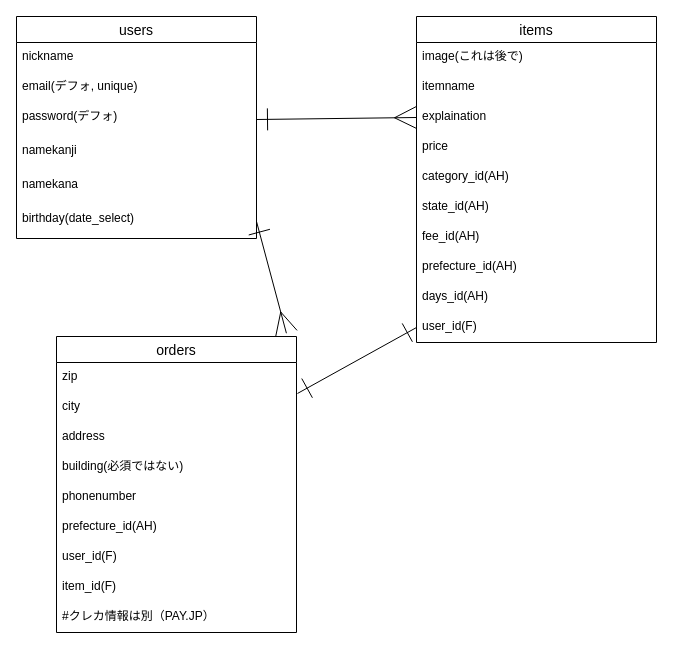
This is er.dio from iamryuto/furima-38522, a draw.io file, before an edit. Source tidied: cells renumbered, new cells numbered last; positions are measured from the earlier drawing's top-left corner, leaving out a move shared by most shapes. Both pictures are drawn from the tidied source at 100%, with x=0, y=0 at pixel (16, 16).
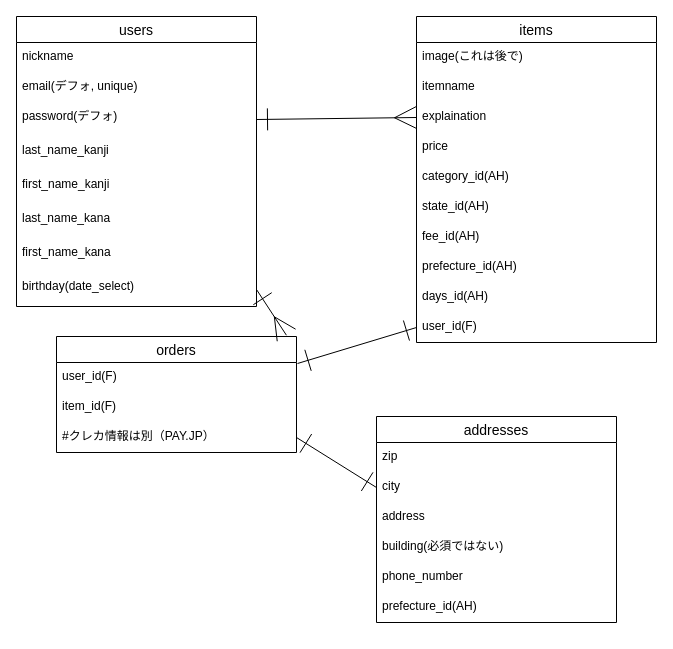
The same page after the edit.

Commit message (it also covers changes not shown here):
データベース設計：修正

The change refers to these unchanged cells:
```xml
<mxCell id="19" value="user_id(F)" style="text;strokeColor=none;fillColor=none;spacingLeft=4;spacingRight=4;overflow=hidden;points=[[0,0.5],[1,0.5]];portConstraint=eastwest;fontSize=12;" parent="9" vertex="1">
  <mxGeometry y="296" width="240" height="30" as="geometry" />
</mxCell>
```

The edit, as a diff of the source:
```diff
@@
     <mxCell id="2" value="users" style="swimlane;fontStyle=0;horizontal=1;startSize=26;align=center;fontSize=14;" parent="1" vertex="1">
-      <mxGeometry width="240" height="222" as="geometry" />
+      <mxGeometry width="240" height="290" as="geometry" />
     </mxCell>
@@
-    <mxCell id="6" value="namekanji" style="text;strokeColor=none;fillColor=none;spacingLeft=4;spacingRight=4;overflow=hidden;fontSize=12;" parent="2" vertex="1">
+    <mxCell id="6" value="last_name_kanji" style="text;strokeColor=none;fillColor=none;spacingLeft=4;spacingRight=4;overflow=hidden;fontSize=12;" parent="2" vertex="1">
       <mxGeometry y="120" width="240" height="34" as="geometry" />
     </mxCell>
+    <mxCell id="33" value="first_name_kanji" style="text;strokeColor=none;fillColor=none;spacingLeft=4;spacingRight=4;overflow=hidden;fontSize=12;" parent="2" vertex="1">
+      <mxGeometry y="154" width="240" height="34" as="geometry" />
+    </mxCell>
-    <mxCell id="7" value="namekana" style="text;strokeColor=none;fillColor=none;spacingLeft=4;spacingRight=4;overflow=hidden;fontSize=12;" parent="2" vertex="1">
-      <mxGeometry y="154" width="240" height="34" as="geometry" />
+    <mxCell id="7" value="last_name_kana" style="text;strokeColor=none;fillColor=none;spacingLeft=4;spacingRight=4;overflow=hidden;fontSize=12;" parent="2" vertex="1">
+      <mxGeometry y="188" width="240" height="34" as="geometry" />
     </mxCell>
+    <mxCell id="34" value="first_name_kana" style="text;strokeColor=none;fillColor=none;spacingLeft=4;spacingRight=4;overflow=hidden;fontSize=12;" parent="2" vertex="1">
+      <mxGeometry y="222" width="240" height="34" as="geometry" />
+    </mxCell>
     <mxCell id="8" value="birthday(date_select)" style="text;strokeColor=none;fillColor=none;spacingLeft=4;spacingRight=4;overflow=hidden;points=[[0,0.5],[1,0.5]];portConstraint=eastwest;fontSize=12;" parent="2" vertex="1">
-      <mxGeometry y="188" width="240" height="34" as="geometry" />
+      <mxGeometry y="256" width="240" height="34" as="geometry" />
     </mxCell>
@@
     <mxCell id="20" value="orders" style="swimlane;fontStyle=0;horizontal=1;startSize=26;align=center;fontSize=14;" parent="1" vertex="1">
-      <mxGeometry x="40" y="320" width="240" height="296" as="geometry" />
+      <mxGeometry x="40" y="320" width="240" height="116" as="geometry" />
     </mxCell>
-    <mxCell id="21" value="zip" style="text;strokeColor=none;fillColor=none;spacingLeft=4;spacingRight=4;overflow=hidden;fontSize=12;" parent="20" vertex="1">
-      <mxGeometry y="26" width="240" height="30" as="geometry" />
-    </mxCell>
-    <mxCell id="22" value="city" style="text;strokeColor=none;fillColor=none;spacingLeft=4;spacingRight=4;overflow=hidden;points=[[0,0.5],[1,0.5]];portConstraint=eastwest;fontSize=12;" parent="20" vertex="1">
-      <mxGeometry y="56" width="240" height="30" as="geometry" />
-    </mxCell>
-    <mxCell id="23" value="address" style="text;strokeColor=none;fillColor=none;spacingLeft=4;spacingRight=4;overflow=hidden;fontSize=12;" parent="20" vertex="1">
-      <mxGeometry y="86" width="240" height="30" as="geometry" />
-    </mxCell>
-    <mxCell id="24" value="building(必須ではない)" style="text;strokeColor=none;fillColor=none;spacingLeft=4;spacingRight=4;overflow=hidden;fontSize=12;" parent="20" vertex="1">
-      <mxGeometry y="116" width="240" height="30" as="geometry" />
-    </mxCell>
-    <mxCell id="25" value="phonenumber" style="text;strokeColor=none;fillColor=none;spacingLeft=4;spacingRight=4;overflow=hidden;fontSize=12;" parent="20" vertex="1">
-      <mxGeometry y="146" width="240" height="30" as="geometry" />
-    </mxCell>
-    <mxCell id="26" value="prefecture_id(AH)" style="text;strokeColor=none;fillColor=none;spacingLeft=4;spacingRight=4;overflow=hidden;fontSize=12;" parent="20" vertex="1">
-      <mxGeometry y="176" width="240" height="30" as="geometry" />
-    </mxCell>
     <mxCell id="27" value="user_id(F)" style="text;strokeColor=none;fillColor=none;spacingLeft=4;spacingRight=4;overflow=hidden;fontSize=12;" parent="20" vertex="1">
-      <mxGeometry y="206" width="240" height="30" as="geometry" />
+      <mxGeometry y="26" width="240" height="30" as="geometry" />
     </mxCell>
     <mxCell id="28" value="item_id(F)" style="text;strokeColor=none;fillColor=none;spacingLeft=4;spacingRight=4;overflow=hidden;fontSize=12;" parent="20" vertex="1">
-      <mxGeometry y="236" width="240" height="30" as="geometry" />
+      <mxGeometry y="56" width="240" height="30" as="geometry" />
     </mxCell>
     <mxCell id="29" value="#クレカ情報は別（PAY.JP）" style="text;strokeColor=none;fillColor=none;spacingLeft=4;spacingRight=4;overflow=hidden;points=[[0,0.5],[1,0.5]];portConstraint=eastwest;fontSize=12;" parent="20" vertex="1">
-      <mxGeometry y="266" width="240" height="30" as="geometry" />
+      <mxGeometry y="86" width="240" height="30" as="geometry" />
     </mxCell>
@@
-    <mxCell id="32" style="edgeStyle=none;rounded=0;html=1;exitX=0;exitY=0.5;exitDx=0;exitDy=0;entryX=1.004;entryY=0.033;entryDx=0;entryDy=0;entryPerimeter=0;startArrow=ERone;startFill=0;endArrow=ERone;endFill=0;startSize=19;endSize=20;" parent="1" edge="1" source="19" target="22">
-      <mxGeometry relative="1" as="geometry" />
+    <mxCell id="32" style="edgeStyle=none;rounded=0;html=1;exitX=0;exitY=0.5;exitDx=0;exitDy=0;entryX=1.004;entryY=0.033;entryDx=0;entryDy=0;entryPerimeter=0;startArrow=ERone;startFill=0;endArrow=ERone;endFill=0;startSize=19;endSize=20;" parent="1" edge="1" source="19">
+      <mxGeometry relative="1" as="geometry">
+        <mxPoint x="281" y="347" as="targetPoint" />
+      </mxGeometry>
     </mxCell>
+    <mxCell id="35" value="addresses" style="swimlane;fontStyle=0;horizontal=1;startSize=26;align=center;fontSize=14;" parent="1" vertex="1">
+      <mxGeometry x="360" y="400" width="240" height="206" as="geometry" />
+    </mxCell>
+    <mxCell id="21" value="zip" style="text;strokeColor=none;fillColor=none;spacingLeft=4;spacingRight=4;overflow=hidden;fontSize=12;" parent="35" vertex="1">
+      <mxGeometry y="26" width="240" height="30" as="geometry" />
+    </mxCell>
+    <mxCell id="22" value="city" style="text;strokeColor=none;fillColor=none;spacingLeft=4;spacingRight=4;overflow=hidden;points=[[0,0.5],[1,0.5]];portConstraint=eastwest;fontSize=12;" parent="35" vertex="1">
+      <mxGeometry y="56" width="240" height="30" as="geometry" />
+    </mxCell>
+    <mxCell id="23" value="address" style="text;strokeColor=none;fillColor=none;spacingLeft=4;spacingRight=4;overflow=hidden;fontSize=12;" parent="35" vertex="1">
+      <mxGeometry y="86" width="240" height="30" as="geometry" />
+    </mxCell>
+    <mxCell id="24" value="building(必須ではない)" style="text;strokeColor=none;fillColor=none;spacingLeft=4;spacingRight=4;overflow=hidden;fontSize=12;" parent="35" vertex="1">
+      <mxGeometry y="116" width="240" height="30" as="geometry" />
+    </mxCell>
+    <mxCell id="36" value="phone_number" style="text;strokeColor=none;fillColor=none;spacingLeft=4;spacingRight=4;overflow=hidden;fontSize=12;" parent="35" vertex="1">
+      <mxGeometry y="146" width="240" height="30" as="geometry" />
+    </mxCell>
+    <mxCell id="26" value="prefecture_id(AH)" style="text;strokeColor=none;fillColor=none;spacingLeft=4;spacingRight=4;overflow=hidden;fontSize=12;" parent="35" vertex="1">
+      <mxGeometry y="176" width="240" height="30" as="geometry" />
+    </mxCell>
+    <mxCell id="37" style="edgeStyle=none;rounded=0;html=1;exitX=1;exitY=0.5;exitDx=0;exitDy=0;entryX=0;entryY=0.5;entryDx=0;entryDy=0;startArrow=ERone;startFill=0;endArrow=ERone;endFill=0;startSize=20;endSize=20;" parent="1" edge="1" source="29" target="22">
+      <mxGeometry relative="1" as="geometry" />
+    </mxCell>
```
